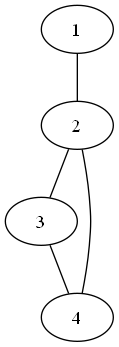
Before: src/graph.dot.png, a diagram exported from Graphviz (RenatBogdanov/Struct2025_Lab_2). Its source is kept beside it as src/graph.dot.
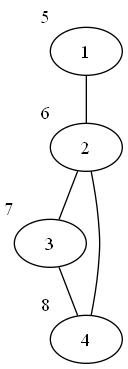
Above is the later version.

The edit, as a diff of the source:
```diff
@@ -1,7 +1,12 @@
 digraph G {
 edge [dir=none];
-    1 -> 2;
-    2 -> 3;
-    2 -> 4;
-    3 -> 4;
+1 [xlabel="5"]
+2 [xlabel="6"]
+3 [xlabel="7"]
+4 [xlabel="8"]
+
+1 -> 2;
+2 -> 3;
+2 -> 4;
+3 -> 4;
 }
```
